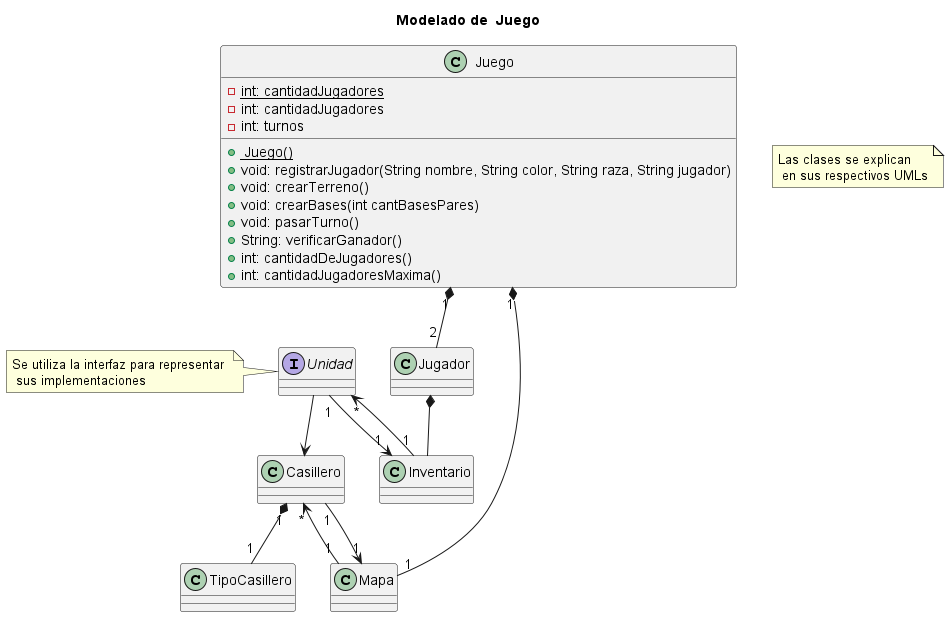
The PlantUML diagram diagrams/classes/Juego.png in m-cabrerar/AlgoStar, before a commit.
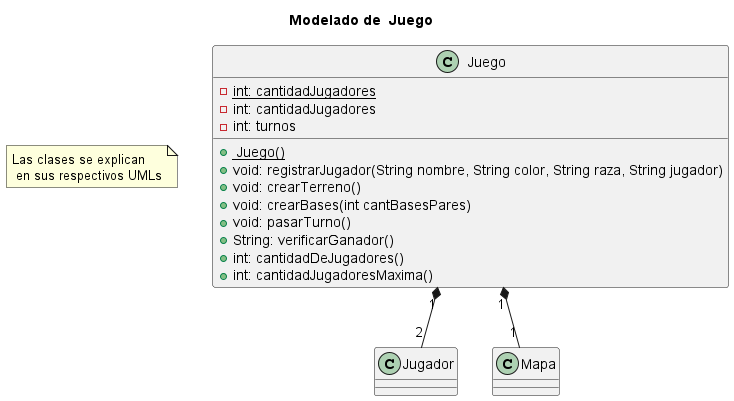
The same file after the commit.

Diff of the diagram source:
```diff
@@ -17,18 +17,8 @@
 + int: cantidadJugadoresMaxima()
 }
 
-interface Unidad{}
-note left: Se utiliza la interfaz para representar \n sus implementaciones
 
 Juego"1" *-- "2"Jugador
 Juego"1" *-- "1"Mapa
-Jugador *-- Inventario
-Inventario "1" --> " *" Unidad
 
-Unidad --> Casillero
-Unidad "1"--> "1" Inventario
-
-Mapa "1" <-- "1" Casillero
-Casillero "*" <-- "1" Mapa
-Casillero "1" *-- "1" TipoCasillero
 @enduml
```
